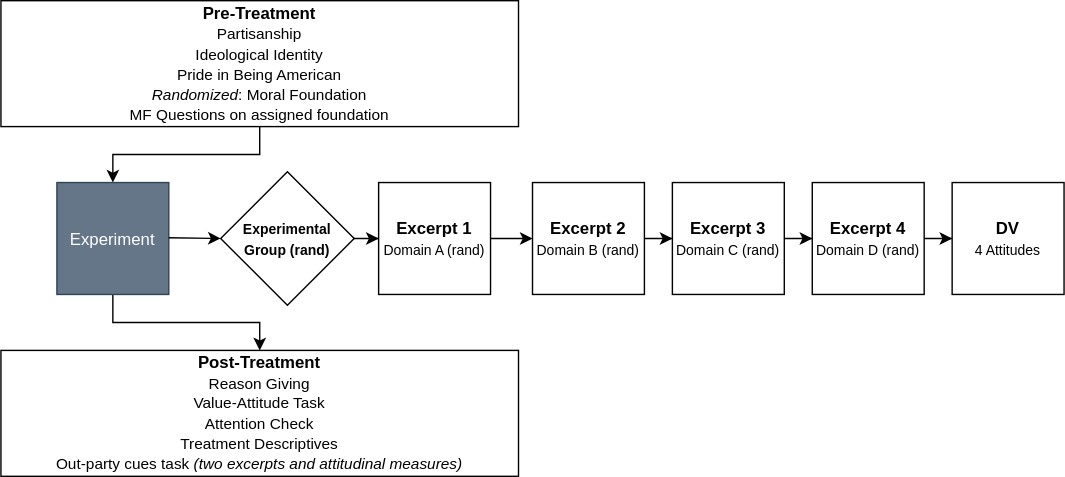
Earlier version of the draw.io export docs/ce_files/Design.svg (tadeascely/tadeascely.github.io). Source tidied: cells renumbered, new cells last; positions are measured from the earlier drawing's top-left corner, leaving out a move shared by most shapes.
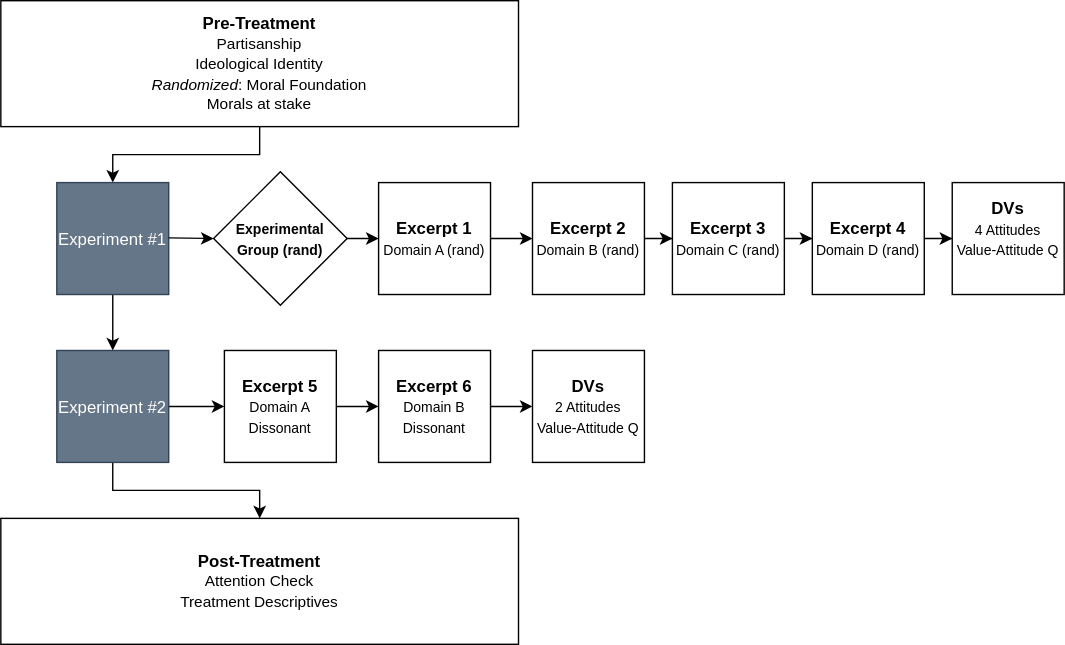
Above is the later version.

Change to the diagram source:
```diff
@@ -5,13 +5,13 @@
     <mxCell id="2" style="edgeStyle=orthogonalEdgeStyle;rounded=0;jettySize=auto;html=1;exitX=0.5;exitY=1;exitDx=0;exitDy=0;entryX=0.5;entryY=0;entryDx=0;entryDy=0;" parent="1" edge="1" source="3" target="5">
       <mxGeometry relative="1" as="geometry" />
     </mxCell>
-    <mxCell id="3" value="&lt;b&gt;Pre-Treatment&lt;/b&gt;&lt;div&gt;&lt;font style=&quot;font-size: 11px;&quot;&gt;Partisanship&lt;/font&gt;&lt;/div&gt;&lt;div&gt;&lt;font style=&quot;font-size: 11px;&quot;&gt;Ideological Identity&lt;/font&gt;&lt;/div&gt;&lt;div&gt;&lt;font style=&quot;font-size: 11px;&quot;&gt;Pride in Being American&lt;/font&gt;&lt;/div&gt;&lt;div&gt;&lt;font style=&quot;font-size: 11px;&quot;&gt;&lt;i&gt;Randomized&lt;/i&gt;: Moral Foundation&lt;/font&gt;&lt;/div&gt;&lt;div&gt;&lt;font style=&quot;font-size: 11px;&quot;&gt;MF Questions on assigned foundation&lt;/font&gt;&lt;/div&gt;" style="rounded=0;whiteSpace=wrap;html=1;convertToSvg=1;svgWhiteSpace=wrap;" parent="1" vertex="1">
+    <mxCell id="3" value="&lt;b&gt;Pre-Treatment&lt;/b&gt;&lt;div&gt;&lt;font style=&quot;font-size: 11px;&quot;&gt;Partisanship&lt;/font&gt;&lt;/div&gt;&lt;div&gt;&lt;font style=&quot;font-size: 11px;&quot;&gt;Ideological Identity&lt;/font&gt;&lt;/div&gt;&lt;div&gt;&lt;i style=&quot;font-size: 11px; background-color: transparent; color: light-dark(rgb(0, 0, 0), rgb(255, 255, 255));&quot;&gt;Randomized&lt;/i&gt;&lt;span style=&quot;font-size: 11px; background-color: transparent; color: light-dark(rgb(0, 0, 0), rgb(255, 255, 255));&quot;&gt;: Moral Foundation&lt;/span&gt;&lt;/div&gt;&lt;div&gt;&lt;font style=&quot;font-size: 11px;&quot;&gt;Morals at stake&lt;/font&gt;&lt;/div&gt;" style="rounded=0;whiteSpace=wrap;html=1;convertToSvg=1;svgWhiteSpace=wrap;" parent="1" vertex="1">
       <mxGeometry width="370" height="90" as="geometry" />
     </mxCell>
-    <mxCell id="4" style="edgeStyle=orthogonalEdgeStyle;rounded=0;jettySize=auto;html=1;exitX=0.5;exitY=1;exitDx=0;exitDy=0;entryX=0.5;entryY=0;entryDx=0;entryDy=0;" parent="1" edge="1" source="5" target="19">
-      <mxGeometry relative="1" as="geometry" />
-    </mxCell>
+    <mxCell id="20" style="edgeStyle=orthogonalEdgeStyle;rounded=0;jettySize=auto;html=1;" parent="1" edge="1" source="5" target="23">
+      <mxGeometry relative="1" as="geometry" />
+    </mxCell>
-    <mxCell id="5" value="Experiment" style="whiteSpace=wrap;html=1;fillColor=#647687;fontColor=#ffffff;strokeColor=#314354;convertToSvg=1;svgWhiteSpace=wrap;" parent="1" vertex="1">
+    <mxCell id="5" value="Experiment #1" style="whiteSpace=wrap;html=1;fillColor=#647687;fontColor=#ffffff;strokeColor=#314354;convertToSvg=1;svgWhiteSpace=wrap;" parent="1" vertex="1">
       <mxGeometry x="40" y="130" width="80" height="80" as="geometry" />
     </mxCell>
     <mxCell id="6" style="endArrow=classic;html=1;rounded=0;convertToSvg=1;entryX=0;entryY=1;entryDx=0;entryDy=0;" parent="1" edge="1" target="8">
@@ -23,10 +23,10 @@
       <mxGeometry relative="1" as="geometry" />
     </mxCell>
     <mxCell id="8" style="whiteSpace=wrap;html=1;rotation=45;convertToSvg=1;svgWhiteSpace=wrap;" parent="1" vertex="1">
-      <mxGeometry x="171" y="136.2" width="67.5" height="67.5" as="geometry" />
+      <mxGeometry x="166" y="136.2" width="67.5" height="67.5" as="geometry" />
     </mxCell>
     <mxCell id="9" value="&lt;span style=&quot;font-size: 10px;&quot;&gt;&lt;b&gt;Experimental Group (rand)&lt;/b&gt;&lt;/span&gt;" style="text;html=1;whiteSpace=wrap;strokeColor=none;fillColor=none;align=center;verticalAlign=middle;rounded=0;convertToSvg=1;svgWhiteSpace=wrap;" parent="1" vertex="1">
-      <mxGeometry x="169.8" y="141" width="70" height="58" as="geometry" />
+      <mxGeometry x="164.8" y="141" width="70" height="58" as="geometry" />
     </mxCell>
     <mxCell id="10" style="edgeStyle=orthogonalEdgeStyle;rounded=0;jettySize=auto;html=1;convertToSvg=1;" parent="1" edge="1" source="11" target="13">
       <mxGeometry relative="1" as="geometry" />
@@ -52,11 +52,35 @@
     <mxCell id="17" value="&lt;b&gt;Excerpt 4&lt;/b&gt;&lt;div&gt;&lt;span style=&quot;font-size: 10px;&quot;&gt;Domain D (rand)&lt;/span&gt;&lt;b&gt;&lt;/b&gt;&lt;/div&gt;" style="whiteSpace=wrap;html=1;convertToSvg=1;svgWhiteSpace=wrap;" parent="1" vertex="1">
       <mxGeometry x="580" y="130" width="80" height="80" as="geometry" />
     </mxCell>
-    <mxCell id="18" value="&lt;b&gt;DV&lt;/b&gt;&lt;div&gt;&lt;font style=&quot;font-size: 10px;&quot;&gt;4 Attitudes&lt;/font&gt;&lt;/div&gt;" style="whiteSpace=wrap;html=1;convertToSvg=1;svgWhiteSpace=wrap;" parent="1" vertex="1">
+    <mxCell id="18" value="&lt;b&gt;DVs&lt;/b&gt;&lt;div&gt;&lt;font style=&quot;font-size: 10px;&quot;&gt;4 Attitudes&lt;/font&gt;&lt;/div&gt;&lt;div&gt;&lt;font style=&quot;&quot;&gt;&lt;div style=&quot;&quot;&gt;&lt;font style=&quot;font-size: 10px;&quot;&gt;Value-Attitude Q&lt;/font&gt;&lt;/div&gt;&lt;div style=&quot;font-size: 10px;&quot;&gt;&lt;font style=&quot;font-size: 11px;&quot;&gt;&lt;br&gt;&lt;/font&gt;&lt;/div&gt;&lt;/font&gt;&lt;/div&gt;" style="whiteSpace=wrap;html=1;convertToSvg=1;svgWhiteSpace=wrap;" parent="1" vertex="1">
       <mxGeometry x="680" y="130" width="80" height="80" as="geometry" />
     </mxCell>
-    <mxCell id="19" value="&lt;b&gt;Post-Treatment&lt;/b&gt;&lt;div&gt;&lt;font style=&quot;font-size: 11px;&quot;&gt;Reason Giving&lt;/font&gt;&lt;/div&gt;&lt;div&gt;&lt;font style=&quot;font-size: 11px;&quot;&gt;Value-Attitude Task&lt;/font&gt;&lt;/div&gt;&lt;div&gt;&lt;font style=&quot;font-size: 11px;&quot;&gt;Attention Check&lt;/font&gt;&lt;/div&gt;&lt;div&gt;&lt;font style=&quot;font-size: 11px;&quot;&gt;Treatment Descriptives&lt;/font&gt;&lt;/div&gt;&lt;div&gt;&lt;font style=&quot;font-size: 11px;&quot;&gt;Out-party cues task&amp;nbsp;&lt;i&gt;(two excerpts and attitudinal measures)&lt;/i&gt;&lt;/font&gt;&lt;/div&gt;" style="rounded=0;whiteSpace=wrap;html=1;" parent="1" vertex="1">
-      <mxGeometry y="250" width="370" height="90" as="geometry" />
+    <mxCell id="19" value="&lt;b&gt;Post-Treatment&lt;/b&gt;&lt;div&gt;&lt;span style=&quot;background-color: transparent; color: light-dark(rgb(0, 0, 0), rgb(255, 255, 255)); font-size: 11px;&quot;&gt;Attention Check&lt;/span&gt;&lt;/div&gt;&lt;div&gt;&lt;font style=&quot;font-size: 11px;&quot;&gt;Treatment Descriptives&lt;/font&gt;&lt;/div&gt;" style="rounded=0;whiteSpace=wrap;html=1;" parent="1" vertex="1">
+      <mxGeometry y="370" width="370" height="90" as="geometry" />
     </mxCell>
+    <mxCell id="21" style="edgeStyle=orthogonalEdgeStyle;rounded=0;jettySize=auto;html=1;" parent="1" edge="1" source="23" target="25">
+      <mxGeometry relative="1" as="geometry" />
+    </mxCell>
+    <mxCell id="22" style="edgeStyle=orthogonalEdgeStyle;rounded=0;jettySize=auto;html=1;" parent="1" edge="1" source="23" target="19">
+      <mxGeometry relative="1" as="geometry" />
+    </mxCell>
+    <mxCell id="23" value="Experiment #2" style="whiteSpace=wrap;html=1;fillColor=#647687;fontColor=#ffffff;strokeColor=#314354;convertToSvg=1;svgWhiteSpace=wrap;" parent="1" vertex="1">
+      <mxGeometry x="40" y="250" width="80" height="80" as="geometry" />
+    </mxCell>
+    <mxCell id="24" style="edgeStyle=orthogonalEdgeStyle;rounded=0;jettySize=auto;html=1;" parent="1" edge="1" source="25" target="27">
+      <mxGeometry relative="1" as="geometry" />
+    </mxCell>
+    <mxCell id="25" value="&lt;b&gt;Excerpt 5&lt;/b&gt;&lt;div&gt;&lt;font style=&quot;font-size: 10px;&quot;&gt;Domain A&lt;/font&gt;&lt;/div&gt;&lt;div&gt;&lt;font style=&quot;font-size: 10px;&quot;&gt;Dissonant&lt;/font&gt;&lt;/div&gt;" style="whiteSpace=wrap;html=1;convertToSvg=1;svgWhiteSpace=wrap;" parent="1" vertex="1">
+      <mxGeometry x="159.8" y="250" width="80" height="80" as="geometry" />
+    </mxCell>
+    <mxCell id="26" style="edgeStyle=orthogonalEdgeStyle;rounded=0;jettySize=auto;html=1;" parent="1" edge="1" source="27" target="28">
+      <mxGeometry relative="1" as="geometry" />
+    </mxCell>
+    <mxCell id="27" value="&lt;b&gt;Excerpt 6&lt;/b&gt;&lt;div&gt;&lt;span style=&quot;font-size: 10px;&quot;&gt;Domain B&lt;/span&gt;&lt;b&gt;&lt;/b&gt;&lt;/div&gt;&lt;div&gt;&lt;span style=&quot;font-size: 10px;&quot;&gt;Dissonant&lt;/span&gt;&lt;span style=&quot;font-size: 10px;&quot;&gt;&lt;/span&gt;&lt;/div&gt;" style="whiteSpace=wrap;html=1;convertToSvg=1;svgWhiteSpace=wrap;" parent="1" vertex="1">
+      <mxGeometry x="270" y="250" width="80" height="80" as="geometry" />
+    </mxCell>
+    <mxCell id="28" value="&lt;b&gt;DVs&lt;/b&gt;&lt;div&gt;&lt;font style=&quot;font-size: 10px;&quot;&gt;2 Attitudes&lt;/font&gt;&lt;/div&gt;&lt;div&gt;&lt;font style=&quot;font-size: 10px;&quot;&gt;Value-Attitude Q&lt;/font&gt;&lt;/div&gt;" style="whiteSpace=wrap;html=1;convertToSvg=1;svgWhiteSpace=wrap;" parent="1" vertex="1">
+      <mxGeometry x="380" y="250" width="80" height="80" as="geometry" />
+    </mxCell>
   </root>
 </mxGraphModel>
```
